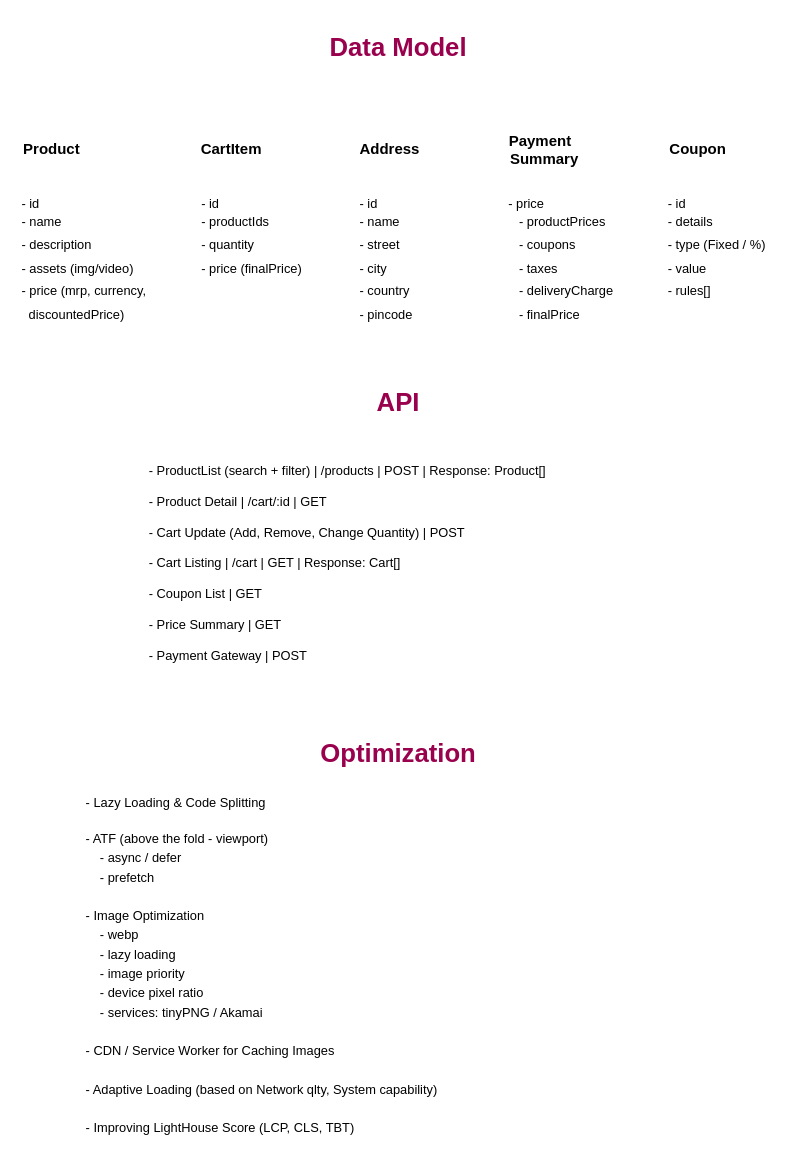
This is page "3 Data Model & API" (3 of 5) of Ecommerce.drawio from rishi6071/frontend-sd, a draw.io file, before an edit. Source tidied: cells renumbered, new cells numbered last; positions are measured from the earlier drawing's top-left corner, leaving out a move shared by most shapes. Both pictures are drawn from the tidied source at 107%, with x=0, y=0 at pixel (19, 20).
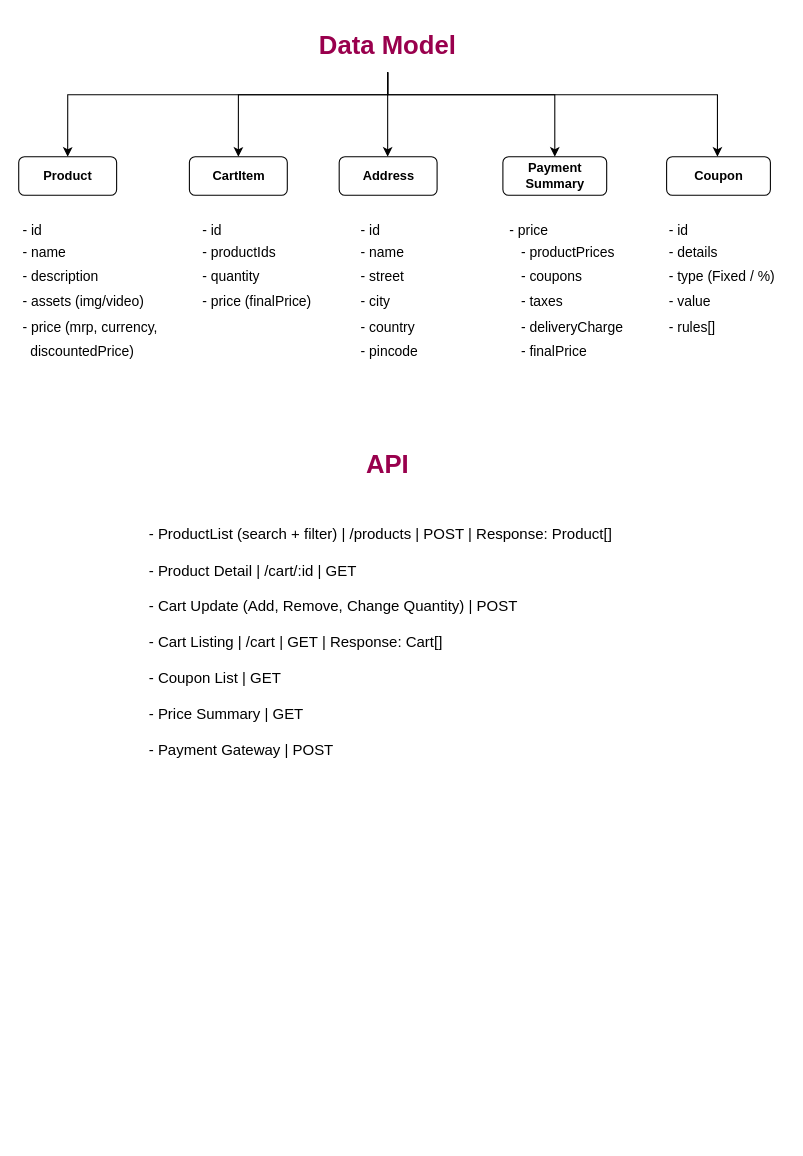
Above is the later version.

The edit, as a diff of the source:
```diff
@@
+    <mxCell id="17" style="edgeStyle=orthogonalEdgeStyle;rounded=0;jettySize=auto;html=1;entryX=0.5;entryY=0;entryDx=0;entryDy=0;" parent="1" edge="1" source="2" target="4">
+      <mxGeometry relative="1" as="geometry">
+        <Array as="points">
+          <mxPoint x="344" y="69" />
+          <mxPoint x="204" y="69" />
+        </Array>
+      </mxGeometry>
+    </mxCell>
+    <mxCell id="18" style="edgeStyle=orthogonalEdgeStyle;rounded=0;jettySize=auto;html=1;entryX=0.5;entryY=0;entryDx=0;entryDy=0;" parent="1" edge="1" source="2" target="3">
+      <mxGeometry relative="1" as="geometry">
+        <Array as="points">
+          <mxPoint x="344" y="69" />
+          <mxPoint x="45" y="69" />
+        </Array>
+      </mxGeometry>
+    </mxCell>
+    <mxCell id="19" style="edgeStyle=orthogonalEdgeStyle;rounded=0;jettySize=auto;html=1;entryX=0.5;entryY=0;entryDx=0;entryDy=0;" parent="1" edge="1" source="2" target="6">
+      <mxGeometry relative="1" as="geometry">
+        <Array as="points">
+          <mxPoint x="344" y="69" />
+          <mxPoint x="500" y="69" />
+        </Array>
+      </mxGeometry>
+    </mxCell>
+    <mxCell id="20" style="edgeStyle=orthogonalEdgeStyle;rounded=0;jettySize=auto;html=1;" parent="1" edge="1" source="2" target="7">
+      <mxGeometry relative="1" as="geometry">
+        <Array as="points">
+          <mxPoint x="344" y="69" />
+          <mxPoint x="652" y="69" />
+        </Array>
+      </mxGeometry>
+    </mxCell>
+    <mxCell id="21" style="edgeStyle=orthogonalEdgeStyle;rounded=0;jettySize=auto;html=1;" parent="1" edge="1" source="2" target="5">
+      <mxGeometry relative="1" as="geometry">
+        <Array as="points">
+          <mxPoint x="344" y="78" />
+          <mxPoint x="344" y="78" />
+        </Array>
+      </mxGeometry>
+    </mxCell>
     <mxCell id="2" value="Data Model" style="text;html=1;align=center;verticalAlign=middle;whiteSpace=wrap;rounded=0;fontSize=24;fontStyle=1;fontColor=#99004D;" parent="1" vertex="1">
-      <mxGeometry x="282" width="144" height="50" as="geometry" />
+      <mxGeometry x="271.8" y="-2" width="144" height="50" as="geometry" />
     </mxCell>
-    <mxCell id="3" value="&lt;b style=&quot;font-size: 14px;&quot;&gt;Product&lt;/b&gt;" style="text;html=1;align=center;verticalAlign=middle;whiteSpace=wrap;rounded=0;fontSize=14;" parent="1" vertex="1">
-      <mxGeometry y="105" width="60" height="30" as="geometry" />
-    </mxCell>
-    <mxCell id="4" value="&lt;b style=&quot;font-size: 14px;&quot;&gt;CartItem&lt;/b&gt;" style="text;html=1;align=center;verticalAlign=middle;whiteSpace=wrap;rounded=0;fontSize=14;" parent="1" vertex="1">
-      <mxGeometry x="168" y="105" width="60" height="30" as="geometry" />
-    </mxCell>
-    <mxCell id="5" value="&lt;b style=&quot;font-size: 14px;&quot;&gt;Address&lt;/b&gt;" style="text;html=1;align=center;verticalAlign=middle;whiteSpace=wrap;rounded=0;fontSize=14;" parent="1" vertex="1">
-      <mxGeometry x="316" y="105" width="60" height="30" as="geometry" />
-    </mxCell>
-    <mxCell id="6" value="&lt;b style=&quot;font-size: 14px;&quot;&gt;Payment&lt;span style=&quot;white-space: pre; font-size: 14px;&quot;&gt;&#9;&lt;/span&gt;&amp;nbsp;&lt;br&gt;Summary&lt;/b&gt;" style="text;html=1;align=center;verticalAlign=middle;whiteSpace=wrap;rounded=0;fontSize=14;" parent="1" vertex="1">
-      <mxGeometry x="437" y="105" width="107" height="30" as="geometry" />
-    </mxCell>
-    <mxCell id="7" value="&lt;b style=&quot;font-size: 14px;&quot;&gt;Coupon&lt;/b&gt;" style="text;html=1;align=center;verticalAlign=middle;whiteSpace=wrap;rounded=0;fontSize=14;" parent="1" vertex="1">
-      <mxGeometry x="604" y="105" width="60" height="30" as="geometry" />
-    </mxCell>
-    <mxCell id="8" value="- id&lt;div style=&quot;line-height: 180%;&quot;&gt;- name&lt;/div&gt;&lt;div style=&quot;line-height: 180%;&quot;&gt;- description&lt;/div&gt;&lt;div style=&quot;line-height: 180%;&quot;&gt;- assets (img/video)&lt;/div&gt;&lt;div style=&quot;line-height: 180%;&quot;&gt;- price (mrp, currency,&lt;br&gt;&amp;nbsp; discountedPrice)&lt;/div&gt;" style="text;html=1;align=left;verticalAlign=top;whiteSpace=wrap;rounded=0;" parent="1" vertex="1">
-      <mxGeometry y="157" width="189" height="130" as="geometry" />
+    <mxCell id="8" value="&lt;font style=&quot;font-size: 13px;&quot;&gt;- id&lt;/font&gt;&lt;div style=&quot;line-height: 180%; font-size: 13px;&quot;&gt;&lt;font style=&quot;font-size: 13px;&quot;&gt;- name&lt;/font&gt;&lt;/div&gt;&lt;div style=&quot;line-height: 180%; font-size: 13px;&quot;&gt;&lt;font style=&quot;font-size: 13px;&quot;&gt;- description&lt;/font&gt;&lt;/div&gt;&lt;div style=&quot;line-height: 180%; font-size: 13px;&quot;&gt;&lt;font style=&quot;font-size: 13px;&quot;&gt;- assets (img/video)&lt;/font&gt;&lt;/div&gt;&lt;div style=&quot;line-height: 180%; font-size: 13px;&quot;&gt;&lt;font style=&quot;font-size: 13px;&quot;&gt;- price (mrp, currency,&lt;br&gt;&amp;nbsp; discountedPrice)&lt;/font&gt;&lt;/div&gt;" style="text;html=1;align=left;verticalAlign=top;whiteSpace=wrap;rounded=0;" parent="1" vertex="1">
+      <mxGeometry x="0.5" y="182" width="189" height="130" as="geometry" />
     </mxCell>
-    <mxCell id="9" value="- id&lt;div style=&quot;line-height: 180%;&quot;&gt;- productIds&lt;/div&gt;&lt;div style=&quot;line-height: 180%;&quot;&gt;- quantity&lt;/div&gt;&lt;div style=&quot;line-height: 180%;&quot;&gt;- price (finalPrice)&lt;/div&gt;" style="text;html=1;align=left;verticalAlign=top;whiteSpace=wrap;rounded=0;" parent="1" vertex="1">
-      <mxGeometry x="168" y="157" width="110" height="101" as="geometry" />
+    <mxCell id="9" value="&lt;font style=&quot;font-size: 13px;&quot;&gt;- id&lt;/font&gt;&lt;div style=&quot;line-height: 180%; font-size: 13px;&quot;&gt;&lt;font style=&quot;font-size: 13px;&quot;&gt;- productIds&lt;/font&gt;&lt;/div&gt;&lt;div style=&quot;line-height: 180%; font-size: 13px;&quot;&gt;&lt;font style=&quot;font-size: 13px;&quot;&gt;- quantity&lt;/font&gt;&lt;/div&gt;&lt;div style=&quot;line-height: 180%; font-size: 13px;&quot;&gt;&lt;font style=&quot;font-size: 13px;&quot;&gt;- price (finalPrice)&lt;/font&gt;&lt;/div&gt;" style="text;html=1;align=left;verticalAlign=top;whiteSpace=wrap;rounded=0;" parent="1" vertex="1">
+      <mxGeometry x="168.5" y="182" width="110" height="101" as="geometry" />
     </mxCell>
-    <mxCell id="10" value="- id&lt;div style=&quot;line-height: 180%;&quot;&gt;- name&lt;/div&gt;&lt;div style=&quot;line-height: 180%;&quot;&gt;- street&lt;/div&gt;&lt;div style=&quot;line-height: 180%;&quot;&gt;- city&lt;/div&gt;&lt;div style=&quot;line-height: 180%;&quot;&gt;- country&lt;/div&gt;&lt;div style=&quot;line-height: 180%;&quot;&gt;- pincode&lt;/div&gt;" style="text;html=1;align=left;verticalAlign=top;whiteSpace=wrap;rounded=0;" parent="1" vertex="1">
-      <mxGeometry x="316" y="157" width="110" height="137" as="geometry" />
+    <mxCell id="10" value="&lt;font style=&quot;font-size: 13px;&quot;&gt;- id&lt;/font&gt;&lt;div style=&quot;line-height: 180%; font-size: 13px;&quot;&gt;&lt;font style=&quot;font-size: 13px;&quot;&gt;- name&lt;/font&gt;&lt;/div&gt;&lt;div style=&quot;line-height: 180%; font-size: 13px;&quot;&gt;&lt;font style=&quot;font-size: 13px;&quot;&gt;- street&lt;/font&gt;&lt;/div&gt;&lt;div style=&quot;line-height: 180%; font-size: 13px;&quot;&gt;&lt;font style=&quot;font-size: 13px;&quot;&gt;- city&lt;/font&gt;&lt;/div&gt;&lt;div style=&quot;line-height: 180%; font-size: 13px;&quot;&gt;&lt;font style=&quot;font-size: 13px;&quot;&gt;- country&lt;/font&gt;&lt;/div&gt;&lt;div style=&quot;line-height: 180%; font-size: 13px;&quot;&gt;&lt;font style=&quot;font-size: 13px;&quot;&gt;- pincode&lt;/font&gt;&lt;/div&gt;" style="text;html=1;align=left;verticalAlign=top;whiteSpace=wrap;rounded=0;" parent="1" vertex="1">
+      <mxGeometry x="316.5" y="182" width="110" height="137" as="geometry" />
     </mxCell>
-    <mxCell id="11" value="- price&lt;div style=&quot;line-height: 180%;&quot;&gt;&amp;nbsp; &amp;nbsp;- productPrices&lt;/div&gt;&lt;div style=&quot;line-height: 180%;&quot;&gt;&amp;nbsp; &amp;nbsp;- coupons&lt;/div&gt;&lt;div style=&quot;line-height: 180%;&quot;&gt;&amp;nbsp; &amp;nbsp;- taxes&lt;/div&gt;&lt;div style=&quot;line-height: 180%;&quot;&gt;&amp;nbsp; &amp;nbsp;- deliveryCharge&lt;/div&gt;&lt;div style=&quot;line-height: 180%;&quot;&gt;&amp;nbsp; &amp;nbsp;- finalPrice&lt;/div&gt;" style="text;html=1;align=left;verticalAlign=top;whiteSpace=wrap;rounded=0;" parent="1" vertex="1">
-      <mxGeometry x="455" y="157" width="110" height="137" as="geometry" />
+    <mxCell id="11" value="&lt;font style=&quot;font-size: 13px;&quot;&gt;- price&lt;/font&gt;&lt;div style=&quot;line-height: 180%; font-size: 13px;&quot;&gt;&lt;font style=&quot;font-size: 13px;&quot;&gt;&amp;nbsp; &amp;nbsp;- productPrices&lt;/font&gt;&lt;/div&gt;&lt;div style=&quot;line-height: 180%; font-size: 13px;&quot;&gt;&lt;font style=&quot;font-size: 13px;&quot;&gt;&amp;nbsp; &amp;nbsp;- coupons&lt;/font&gt;&lt;/div&gt;&lt;div style=&quot;line-height: 180%; font-size: 13px;&quot;&gt;&lt;font style=&quot;font-size: 13px;&quot;&gt;&amp;nbsp; &amp;nbsp;- taxes&lt;/font&gt;&lt;/div&gt;&lt;div style=&quot;line-height: 180%; font-size: 13px;&quot;&gt;&lt;font style=&quot;font-size: 13px;&quot;&gt;&amp;nbsp; &amp;nbsp;- deliveryCharge&lt;/font&gt;&lt;/div&gt;&lt;div style=&quot;line-height: 180%; font-size: 13px;&quot;&gt;&lt;font style=&quot;font-size: 13px;&quot;&gt;&amp;nbsp; &amp;nbsp;- finalPrice&lt;/font&gt;&lt;/div&gt;" style="text;html=1;align=left;verticalAlign=top;whiteSpace=wrap;rounded=0;" parent="1" vertex="1">
+      <mxGeometry x="455.5" y="182" width="110" height="137" as="geometry" />
     </mxCell>
-    <mxCell id="12" value="- id&lt;div style=&quot;line-height: 180%;&quot;&gt;- details&lt;/div&gt;&lt;div style=&quot;line-height: 180%;&quot;&gt;- type (Fixed / %)&lt;/div&gt;&lt;div style=&quot;line-height: 180%;&quot;&gt;- value&lt;/div&gt;&lt;div style=&quot;line-height: 180%;&quot;&gt;- rules[]&lt;/div&gt;" style="text;html=1;align=left;verticalAlign=top;whiteSpace=wrap;rounded=0;" parent="1" vertex="1">
-      <mxGeometry x="604" y="157" width="110" height="114" as="geometry" />
+    <mxCell id="12" value="&lt;font style=&quot;font-size: 13px;&quot;&gt;- id&lt;/font&gt;&lt;div style=&quot;line-height: 180%; font-size: 13px;&quot;&gt;&lt;font style=&quot;font-size: 13px;&quot;&gt;- details&lt;/font&gt;&lt;/div&gt;&lt;div style=&quot;line-height: 180%; font-size: 13px;&quot;&gt;&lt;font style=&quot;font-size: 13px;&quot;&gt;- type (Fixed / %)&lt;/font&gt;&lt;/div&gt;&lt;div style=&quot;line-height: 180%; font-size: 13px;&quot;&gt;&lt;font style=&quot;font-size: 13px;&quot;&gt;- value&lt;/font&gt;&lt;/div&gt;&lt;div style=&quot;line-height: 180%; font-size: 13px;&quot;&gt;&lt;font style=&quot;font-size: 13px;&quot;&gt;- rules[]&lt;/font&gt;&lt;/div&gt;" style="text;html=1;align=left;verticalAlign=top;whiteSpace=wrap;rounded=0;" parent="1" vertex="1">
+      <mxGeometry x="604.5" y="182" width="110" height="114" as="geometry" />
     </mxCell>
     <mxCell id="13" value="API" style="text;html=1;align=center;verticalAlign=middle;whiteSpace=wrap;rounded=0;fontSize=24;fontStyle=1;fontColor=#99004D;" parent="1" vertex="1">
-      <mxGeometry x="282" y="332" width="144" height="50" as="geometry" />
+      <mxGeometry x="271.8" y="390" width="144" height="50" as="geometry" />
     </mxCell>
-    <mxCell id="14" value="- ProductList (search + filter) | /products | POST | Response: Product[]&lt;div&gt;&lt;br&gt;&lt;/div&gt;&lt;div&gt;- Product Detail | /cart/:id | GET&lt;/div&gt;&lt;div&gt;&lt;br&gt;&lt;/div&gt;&lt;div&gt;- Cart Update (Add, Remove, Change Quantity) | POST&lt;/div&gt;&lt;div&gt;&lt;br&gt;&lt;/div&gt;&lt;div&gt;- Cart Listing | /cart | GET | Response: Cart[]&lt;/div&gt;&lt;div&gt;&lt;br&gt;&lt;/div&gt;&lt;div&gt;- Coupon List | GET&lt;/div&gt;&lt;div&gt;&lt;br&gt;&lt;/div&gt;&lt;div&gt;- Price Summary | GET&lt;/div&gt;&lt;div&gt;&lt;br&gt;&lt;/div&gt;&lt;div&gt;- Payment Gateway | POST&lt;/div&gt;" style="text;html=1;align=left;verticalAlign=top;whiteSpace=wrap;rounded=0;" parent="1" vertex="1">
-      <mxGeometry x="118.5" y="407" width="505" height="214" as="geometry" />
+    <mxCell id="14" value="&lt;font style=&quot;font-size: 14px;&quot;&gt;- ProductList (search + filter) | /products | POST | Response: Product[]&lt;/font&gt;&lt;div style=&quot;font-size: 14px;&quot;&gt;&lt;font style=&quot;font-size: 14px;&quot;&gt;&lt;br&gt;&lt;/font&gt;&lt;/div&gt;&lt;div style=&quot;font-size: 14px;&quot;&gt;&lt;font style=&quot;font-size: 14px;&quot;&gt;- Product Detail | /cart/:id | GET&lt;/font&gt;&lt;/div&gt;&lt;div style=&quot;font-size: 14px;&quot;&gt;&lt;font style=&quot;font-size: 14px;&quot;&gt;&lt;br&gt;&lt;/font&gt;&lt;/div&gt;&lt;div style=&quot;font-size: 14px;&quot;&gt;&lt;font style=&quot;font-size: 14px;&quot;&gt;- Cart Update (Add, Remove, Change Quantity) | POST&lt;/font&gt;&lt;/div&gt;&lt;div style=&quot;font-size: 14px;&quot;&gt;&lt;font style=&quot;font-size: 14px;&quot;&gt;&lt;br&gt;&lt;/font&gt;&lt;/div&gt;&lt;div style=&quot;font-size: 14px;&quot;&gt;&lt;font style=&quot;font-size: 14px;&quot;&gt;- Cart Listing | /cart | GET | Response: Cart[]&lt;/font&gt;&lt;/div&gt;&lt;div style=&quot;font-size: 14px;&quot;&gt;&lt;font style=&quot;font-size: 14px;&quot;&gt;&lt;br&gt;&lt;/font&gt;&lt;/div&gt;&lt;div style=&quot;font-size: 14px;&quot;&gt;&lt;font style=&quot;font-size: 14px;&quot;&gt;- Coupon List | GET&lt;/font&gt;&lt;/div&gt;&lt;div style=&quot;font-size: 14px;&quot;&gt;&lt;font style=&quot;font-size: 14px;&quot;&gt;&lt;br&gt;&lt;/font&gt;&lt;/div&gt;&lt;div style=&quot;font-size: 14px;&quot;&gt;&lt;font style=&quot;font-size: 14px;&quot;&gt;- Price Summary | GET&lt;/font&gt;&lt;/div&gt;&lt;div style=&quot;font-size: 14px;&quot;&gt;&lt;font style=&quot;font-size: 14px;&quot;&gt;&lt;br&gt;&lt;/font&gt;&lt;/div&gt;&lt;div style=&quot;font-size: 14px;&quot;&gt;&lt;font style=&quot;font-size: 14px;&quot;&gt;- Payment Gateway | POST&lt;/font&gt;&lt;/div&gt;" style="text;html=1;align=left;verticalAlign=top;whiteSpace=wrap;rounded=0;" parent="1" vertex="1">
+      <mxGeometry x="118.5" y="465" width="504.5" height="287" as="geometry" />
     </mxCell>
-    <mxCell id="15" value="Optimization" style="text;html=1;align=center;verticalAlign=middle;whiteSpace=wrap;rounded=0;fontSize=24;fontStyle=1;fontColor=#99004D;" parent="1" vertex="1">
-      <mxGeometry x="282" y="660" width="144" height="50" as="geometry" />
-    </mxCell>
-    <mxCell id="16" value="- Lazy Loading &amp;amp; Code Splitting&lt;div style=&quot;line-height: 150%;&quot;&gt;&lt;br&gt;&lt;/div&gt;&lt;div style=&quot;line-height: 150%;&quot;&gt;- ATF (above the fold - viewport)&lt;/div&gt;&lt;div style=&quot;line-height: 150%;&quot;&gt;&amp;nbsp; &amp;nbsp; - async / defer&lt;/div&gt;&lt;div style=&quot;line-height: 150%;&quot;&gt;&amp;nbsp; &amp;nbsp; - prefetch&lt;/div&gt;&lt;div style=&quot;line-height: 150%;&quot;&gt;&lt;br&gt;&lt;/div&gt;&lt;div style=&quot;line-height: 150%;&quot;&gt;- Image Optimization&lt;/div&gt;&lt;div style=&quot;line-height: 150%;&quot;&gt;&amp;nbsp; &amp;nbsp; - webp&lt;/div&gt;&lt;div style=&quot;line-height: 150%;&quot;&gt;&amp;nbsp; &amp;nbsp; - lazy loading&lt;/div&gt;&lt;div style=&quot;line-height: 150%;&quot;&gt;&amp;nbsp; &amp;nbsp; - image priority&lt;/div&gt;&lt;div style=&quot;line-height: 150%;&quot;&gt;&amp;nbsp; &amp;nbsp; - device pixel ratio&lt;/div&gt;&lt;div style=&quot;line-height: 150%;&quot;&gt;&amp;nbsp; &amp;nbsp; - services: tinyPNG / Akamai&lt;/div&gt;&lt;div style=&quot;line-height: 150%;&quot;&gt;&amp;nbsp;&amp;nbsp;&lt;/div&gt;&lt;div style=&quot;line-height: 150%;&quot;&gt;- CDN / Service Worker for Caching Images&lt;/div&gt;&lt;div style=&quot;line-height: 150%;&quot;&gt;&lt;br&gt;&lt;/div&gt;&lt;div style=&quot;line-height: 150%;&quot;&gt;- Adaptive Loading (based on Network qlty, System capability)&lt;/div&gt;&lt;div style=&quot;line-height: 150%;&quot;&gt;&lt;br&gt;&lt;/div&gt;&lt;div style=&quot;line-height: 150%;&quot;&gt;- Improving LightHouse Score (LCP, CLS, TBT)&lt;/div&gt;" style="text;html=1;align=left;verticalAlign=top;whiteSpace=wrap;rounded=0;" parent="1" vertex="1">
-      <mxGeometry x="60" y="717" width="505" height="320" as="geometry" />
-    </mxCell>
+    <mxCell id="3" value="&lt;b&gt;Product&lt;/b&gt;" style="rounded=1;whiteSpace=wrap;html=1;" parent="1" vertex="1">
+      <mxGeometry x="-1" y="127" width="91.5" height="36" as="geometry" />
+    </mxCell>
+    <mxCell id="4" value="&lt;b&gt;CartItem&lt;/b&gt;" style="rounded=1;whiteSpace=wrap;html=1;" parent="1" vertex="1">
+      <mxGeometry x="158.5" y="127" width="91.5" height="36" as="geometry" />
+    </mxCell>
+    <mxCell id="5" value="&lt;b&gt;Address&lt;/b&gt;" style="rounded=1;whiteSpace=wrap;html=1;" parent="1" vertex="1">
+      <mxGeometry x="298.5" y="127" width="91.5" height="36" as="geometry" />
+    </mxCell>
+    <mxCell id="6" value="&lt;b&gt;Payment Summary&lt;/b&gt;" style="rounded=1;whiteSpace=wrap;html=1;" parent="1" vertex="1">
+      <mxGeometry x="451.5" y="127" width="97" height="36" as="geometry" />
+    </mxCell>
+    <mxCell id="7" value="&lt;b&gt;Coupon&lt;/b&gt;" style="rounded=1;whiteSpace=wrap;html=1;" parent="1" vertex="1">
+      <mxGeometry x="604.5" y="127" width="97" height="36" as="geometry" />
+    </mxCell>
```
